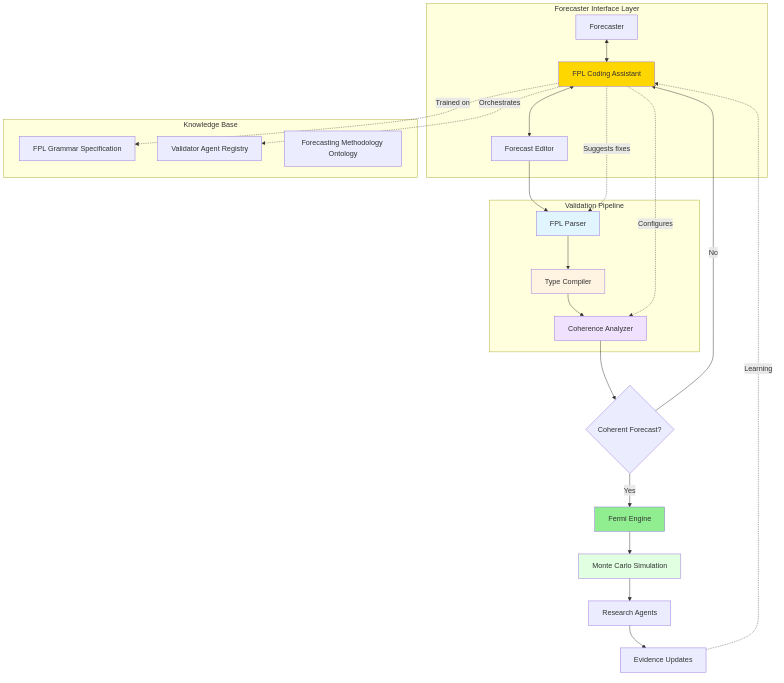
This is rendered_output/charts/diagram-4.png from Replicant-Partners/fermi, a Mermaid export, as it was before one commit. Its source is kept beside it as rendered_output/charts/diagram-4.mmd. The source it was exported from:
```mermaid
%%{
  init: {
    'theme': 'base',
    'themeVariables': {
      'primaryColor': '#5CCFE6',
      'primaryTextColor': '#CBCCC6',
      'primaryBorderColor': '#5C6773',
      'lineColor': '#FFCC66',
      'secondaryColor': '#BAE67E',
      'tertiaryColor': '#FFAE57',
      'background': '#1F2430',
      'mainBkg': '#1F2430',
      'secondBkg': '#1F2430',
      'tertiaryBkg': '#1F2430',
      'textColor': '#CBCCC6',
      'border1': '#5C6773',
      'border2': '#5C6773',
      'arrowheadColor': '#FFCC66',
      'fontFamily': 'ui-monospace, "Cascadia Code", "Source Code Pro", Menlo, Consolas, "DejaVu Sans Mono", monospace',
      'fontSize': '14px'
    }
  }
}%%flowchart TD
    subgraph "Forecaster Interface Layer"
        A[Forecaster] <--> B[FPL Coding Assistant]
        B <--> C[Forecast Editor]
    end

    subgraph "Knowledge Base"
        D[FPL Grammar Specification]
        E[Validator Agent Registry]
        F[Forecasting Methodology Ontology]
    end

    B -.->|Trained on| D
    B -.->|Orchestrates| E

    subgraph "Validation Pipeline"
        G[FPL Parser]
        H[Type Compiler]
        I[Coherence Analyzer]
    end

    C --> G
    G --> H
    H --> I

    B -.->|Suggests fixes| G
    B -.->|Configures| I

    I --> J{Coherent Forecast?}
    J -->|Yes| K[Fermi Engine]
    J -->|No| B

    K --> L[Monte Carlo Simulation]
    L --> M[Research Agents]
    M --> N[Evidence Updates]
    N -.->|Learning| B

    style B fill:#ffd700
    style G fill:#e1f5ff
    style H fill:#fff4e1
    style I fill:#f0e1ff
    style K fill:#90ee90
    style L fill:#e1ffe1
```
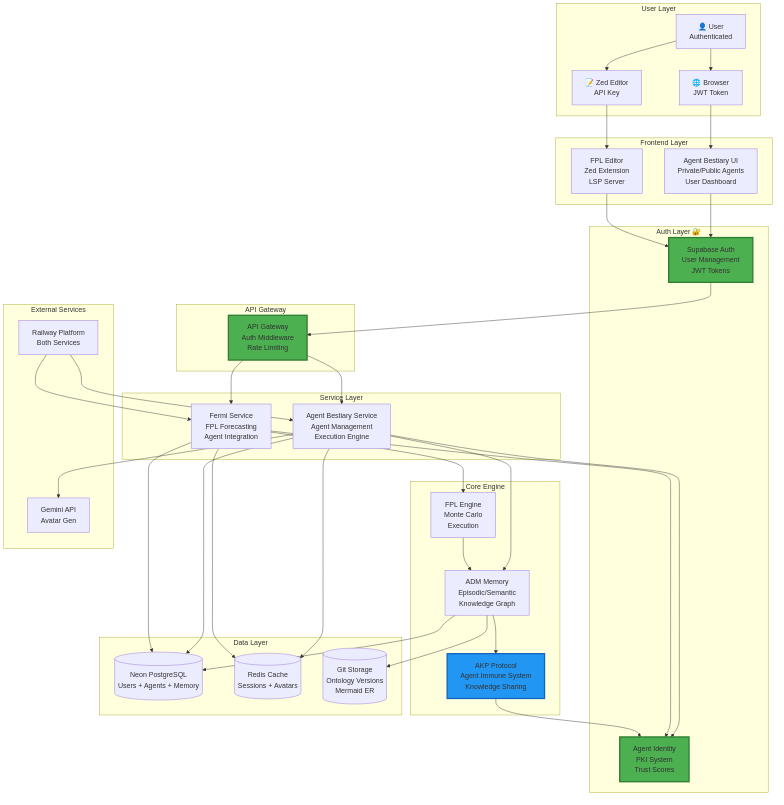
After the change.

The edit, as a diff of the source:
```diff
@@ -20,46 +20,85 @@
       'fontSize': '14px'
     }
   }
-}%%flowchart TD
-    subgraph "Forecaster Interface Layer"
-        A[Forecaster] <--> B[FPL Coding Assistant]
-        B <--> C[Forecast Editor]
+}%%graph TB
+    subgraph "User Layer"
+        User[👤 User<br/>Authenticated]
+        Browser[🌐 Browser<br/>JWT Token]
+        Zed[📝 Zed Editor<br/>API Key]
     end
 
-    subgraph "Knowledge Base"
-        D[FPL Grammar Specification]
-        E[Validator Agent Registry]
-        F[Forecasting Methodology Ontology]
+    subgraph "Auth Layer 🔐"
+        Auth[Supabase Auth<br/>User Management<br/>JWT Tokens]
+        Identity[Agent Identity<br/>PKI System<br/>Trust Scores]
     end
 
-    B -.->|Trained on| D
-    B -.->|Orchestrates| E
-
-    subgraph "Validation Pipeline"
-        G[FPL Parser]
-        H[Type Compiler]
-        I[Coherence Analyzer]
+    subgraph "Frontend Layer"
+        UI[Agent Bestiary UI<br/>Private/Public Agents<br/>User Dashboard]
+        FPL_UI[FPL Editor<br/>Zed Extension<br/>LSP Server]
     end
 
-    C --> G
-    G --> H
-    H --> I
+    subgraph "API Gateway"
+        Gateway[API Gateway<br/>Auth Middleware<br/>Rate Limiting]
+    end
 
-    B -.->|Suggests fixes| G
-    B -.->|Configures| I
+    subgraph "Service Layer"
+        Bestiary[Agent Bestiary Service<br/>Agent Management<br/>Execution Engine]
+        Fermi[Fermi Service<br/>FPL Forecasting<br/>Agent Integration]
+    end
 
-    I --> J{Coherent Forecast?}
-    J -->|Yes| K[Fermi Engine]
-    J -->|No| B
+    subgraph "Core Engine"
+        FPL[FPL Engine<br/>Monte Carlo<br/>Execution]
+        Memory[ADM Memory<br/>Episodic/Semantic<br/>Knowledge Graph]
+        AKP[AKP Protocol<br/>Agent Immune System<br/>Knowledge Sharing]
+    end
 
-    K --> L[Monte Carlo Simulation]
-    L --> M[Research Agents]
-    M --> N[Evidence Updates]
-    N -.->|Learning| B
+    subgraph "Data Layer"
+        DB[(Neon PostgreSQL<br/>Users + Agents + Memory)]
+        Cache[(Redis Cache<br/>Sessions + Avatars)]
+        Git[(Git Storage<br/>Ontology Versions<br/>Mermaid ER)]
+    end
 
-    style B fill:#ffd700
-    style G fill:#e1f5ff
-    style H fill:#fff4e1
-    style I fill:#f0e1ff
-    style K fill:#90ee90
-    style L fill:#e1ffe1
+    subgraph "External Services"
+        Gemini[Gemini API<br/>Avatar Gen]
+        Railway[Railway Platform<br/>Both Services]
+    end
+
+    User --> Browser
+    User --> Zed
+    Browser --> UI
+    Zed --> FPL_UI
+
+    UI --> Auth
+    FPL_UI --> Auth
+    Auth --> Gateway
+
+    Gateway --> Bestiary
+    Gateway --> Fermi
+
+    Bestiary --> Identity
+    Fermi --> Identity
+
+    Bestiary --> Memory
+    Fermi --> FPL
+    FPL --> Memory
+
+    Memory --> AKP
+    AKP --> Identity
+
+    Bestiary --> DB
+    Fermi --> DB
+    Memory --> DB
+    Memory --> Git
+
+    Bestiary --> Cache
+    Fermi --> Cache
+
+    Bestiary --> Gemini
+
+    Railway --> Bestiary
+    Railway --> Fermi
+
+    style Auth fill:#4caf50,stroke:#2e7d32,stroke-width:3px
+    style Identity fill:#4caf50,stroke:#2e7d32,stroke-width:3px
+    style Gateway fill:#4caf50,stroke:#2e7d32,stroke-width:3px
+    style AKP fill:#2196f3,stroke:#1565c0,stroke-width:3px
```
